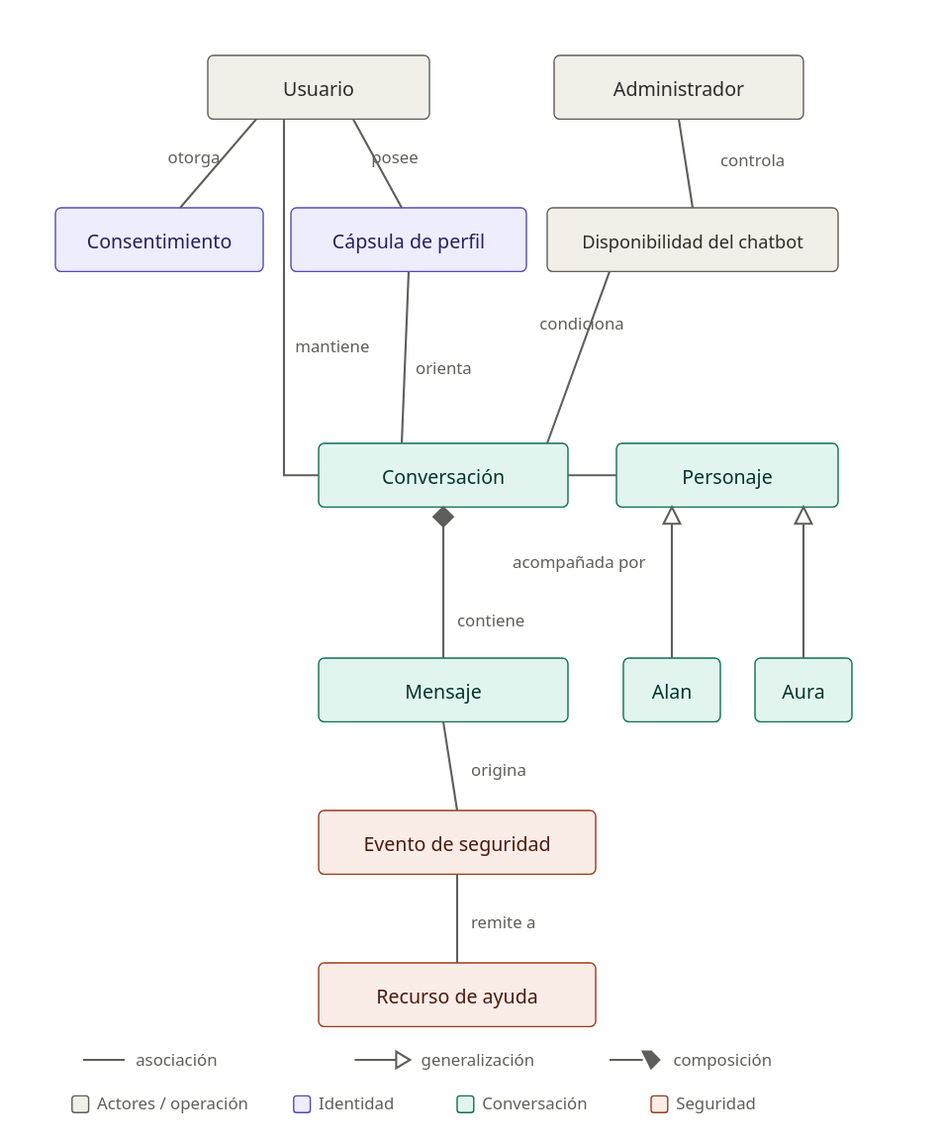
Earlier version of the PlantUML export docs/06_dominio/MD-01_modelo_dominio.svg (jonatan8254/alan-aura-academico). Its source is kept beside it as docs/06_dominio/MD-01_modelo_dominio.puml.
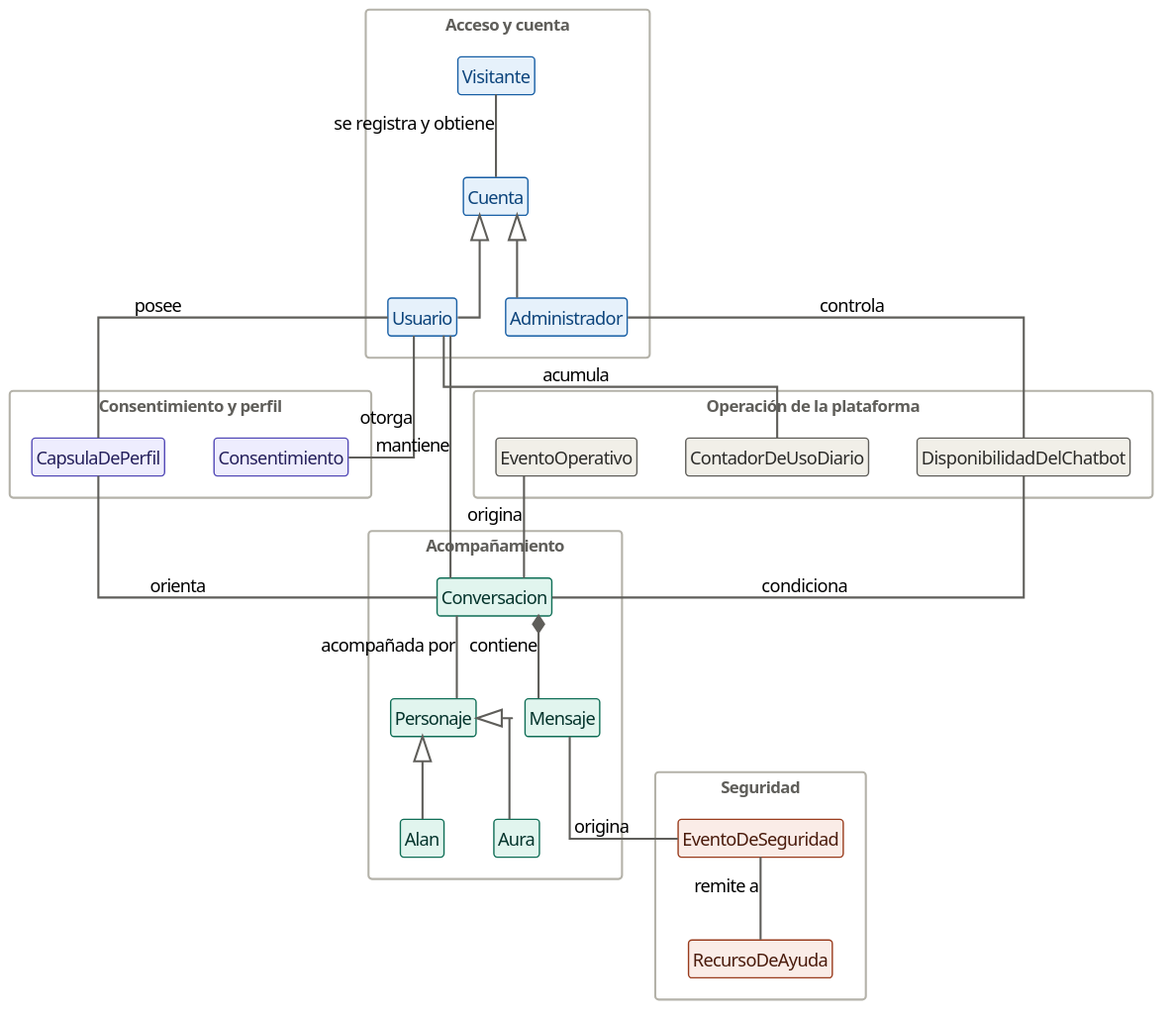
Later version of the same file.

Commit message:
MD-01 v1.3: Cuenta como supertipo, Visitante, y dos clases del delta

What changed in the source:
```diff
@@ -1,33 +1,68 @@
 @startuml
 skinparam linetype ortho
 skinparam classAttributeIconSize 0
+skinparam packageStyle rectangle
+skinparam shadowing false
+skinparam defaultFontName Segoe UI, Helvetica, Arial, sans-serif
+skinparam defaultFontSize 13
+skinparam ArrowColor #5F5E5A
+skinparam ArrowThickness 1.5
+skinparam PackageBackgroundColor transparent
+skinparam PackageBorderColor #B4B2A9
+skinparam PackageFontColor #5F5E5A
+skinparam PackageFontSize 12
+skinparam ClassBorderThickness 1
 hide fields
 hide methods
 hide empty members
+hide circle
 top to bottom direction
 
-class Usuario
-class Administrador
-class DisponibilidadDelChatbot
-class Consentimiento
-class CapsulaDePerfil
-class Personaje
-class Alan
-class Aura
-class Conversacion
-class Mensaje
-class EventoDeSeguridad
-class RecursoDeAyuda
+package "Acceso y cuenta" {
+  class Visitante #E6F1FB;line:185FA5;text:0C447C
+  class Cuenta #E6F1FB;line:185FA5;text:0C447C
+  class Usuario #E6F1FB;line:185FA5;text:0C447C
+  class Administrador #E6F1FB;line:185FA5;text:0C447C
+}
 
+package "Consentimiento y perfil" {
+  class Consentimiento #EEEDFE;line:534AB7;text:26215C
+  class CapsulaDePerfil #EEEDFE;line:534AB7;text:26215C
+}
+
+package "Acompañamiento" {
+  class Conversacion #E1F5EE;line:0F6E56;text:04342C
+  class Mensaje #E1F5EE;line:0F6E56;text:04342C
+  class Personaje #E1F5EE;line:0F6E56;text:04342C
+  class Alan #E1F5EE;line:0F6E56;text:04342C
+  class Aura #E1F5EE;line:0F6E56;text:04342C
+}
+
+package "Seguridad" {
+  class EventoDeSeguridad #FAECE7;line:993C1D;text:4A1B0C
+  class RecursoDeAyuda #FAECE7;line:993C1D;text:4A1B0C
+}
+
+package "Operación de la plataforma" {
+  class DisponibilidadDelChatbot #F1EFE8;line:5F5E5A;text:2C2C2A
+  class ContadorDeUsoDiario #F1EFE8;line:5F5E5A;text:2C2C2A
+  class EventoOperativo #F1EFE8;line:5F5E5A;text:2C2C2A
+}
+
+Cuenta <|-- Usuario
+Cuenta <|-- Administrador
 Personaje <|-- Alan
 Personaje <|-- Aura
 
+Visitante -- Cuenta : se registra y obtiene
 Usuario -- Consentimiento : otorga
 Usuario -- CapsulaDePerfil : posee
 Usuario -- Conversacion : mantiene
+Usuario -- ContadorDeUsoDiario : acumula
 CapsulaDePerfil -- Conversacion : orienta
 Conversacion -- Personaje : acompañada por
 Conversacion *-- Mensaje : contiene
+Conversacion -- EventoOperativo : origina
 Mensaje -- EventoDeSeguridad : origina
 EventoDeSeguridad -- RecursoDeAyuda : remite a
 Administrador -- DisponibilidadDelChatbot : controla
```
